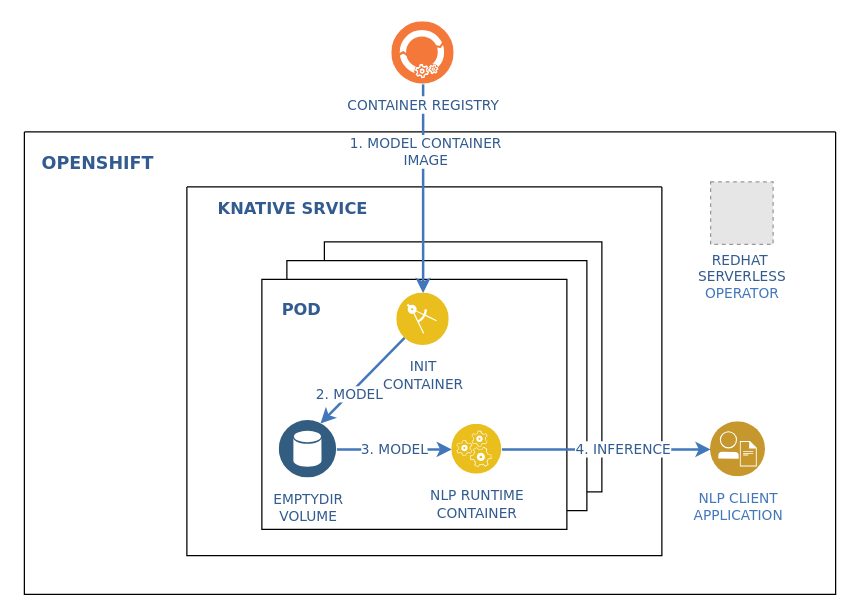
ibm-ecosystem-engineering/Watson-NLP keeps this draw.io diagram as MLOps/Watson-NLP-Knative/images/knative.drawio. Above is the earlier version. Source tidied: cells renumbered, new cells numbered last; positions are measured from the earlier drawing's top-left corner, leaving out a move shared by most shapes. Both pictures are drawn from the tidied source at 125%, with x=0, y=0 at pixel (21, 21). Pictures stored in the file or linked from it are replaced by grey dashed boxes.
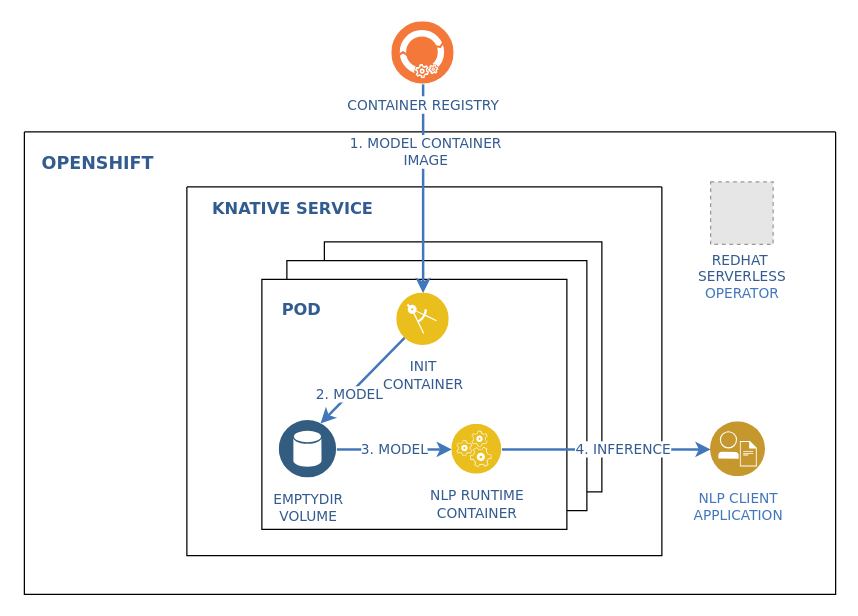
The same page after the edit.

Unchanged cells that the change refers to:
```xml
<mxCell id="4" style="swimlane;startSize=0;fillStyle=solid;strokeWidth=1;fillColor=#FFFFFF;gradientColor=none;" parent="2" vertex="1">
  <mxGeometry x="130" y="44" width="380" height="295" as="geometry" />
</mxCell>
```

The edit, as a diff of the source:
```diff
@@
-    <mxCell id="5" value="&lt;font size=&quot;1&quot; color=&quot;#325b8f&quot; face=&quot;Verdana&quot;&gt;&lt;b style=&quot;font-size: 13px;&quot;&gt;KNATIVE SRVICE&lt;/b&gt;&lt;/font&gt;" style="text;html=1;strokeColor=none;fillColor=none;align=center;verticalAlign=middle;whiteSpace=wrap;rounded=0;" parent="4" vertex="1">
+    <mxCell id="5" value="&lt;font size=&quot;1&quot; color=&quot;#325b8f&quot; face=&quot;Verdana&quot;&gt;&lt;b style=&quot;font-size: 13px;&quot;&gt;KNATIVE SERVICE&lt;/b&gt;&lt;/font&gt;" style="text;html=1;strokeColor=none;fillColor=none;align=center;verticalAlign=middle;whiteSpace=wrap;rounded=0;" parent="4" vertex="1">
       <mxGeometry y="4" width="170" height="26" as="geometry" />
     </mxCell>
```
